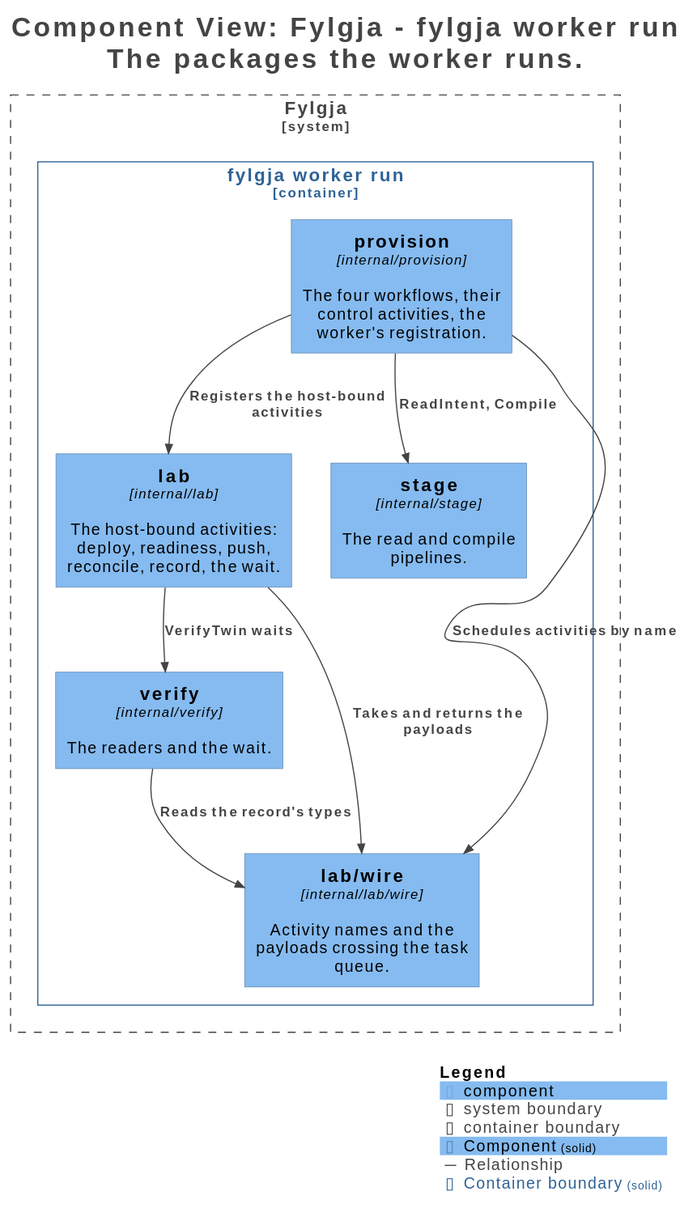
Earlier version of the PlantUML export docs/c4/structurizr-WorkerComponents.svg (happypathnetworking/fylgja). The source it was exported from:
```plantuml
@startuml
title <size:24>Component View: Fylgja - fylgja worker run</size>\n<size:24>The packages the worker runs.</size>

set separator none
top to bottom direction

<style>
  root {
    BackgroundColor: #ffffff
    FontColor: #444444
  }
</style>

!include <C4/C4>
!include <C4/C4_Context>
!include <C4/C4_Component>

AddElementTag("Component", $bgColor="#85bbf0", $borderColor="#5d82a8", $fontColor="#000000", $sprite="", $shadowing="", $borderStyle="solid")

AddRelTag("Relationship", $textColor="#444444", $lineColor="#444444", $lineStyle = "")

AddBoundaryTag("Container", $bgColor="#ffffff", $borderColor="#2e6295", $fontColor="#2e6295", $shadowing="", $borderStyle="solid")

System_Boundary("Fylgja_boundary", "Fylgja", $tags="Software System") {
  Container_Boundary("Fylgja.fylgjaworkerrun_boundary", "fylgja worker run", $tags="Container") {
    Component(Fylgja.fylgjaworkerrun.provision, "provision", $techn="internal/provision", $descr="The four workflows, their control activities, the worker's registration.", $tags="Component", $link="")
    Component(Fylgja.fylgjaworkerrun.lab, "lab", $techn="internal/lab", $descr="The host-bound activities: deploy, readiness, push, reconcile, record, the wait.", $tags="Component", $link="")
    Component(Fylgja.fylgjaworkerrun.stage, "stage", $techn="internal/stage", $descr="The read and compile pipelines.", $tags="Component", $link="")
    Component(Fylgja.fylgjaworkerrun.verify, "verify", $techn="internal/verify", $descr="The readers and the wait.", $tags="Component", $link="")
    Component(Fylgja.fylgjaworkerrun.labwire, "lab/wire", $techn="internal/lab/wire", $descr="Activity names and the payloads crossing the task queue.", $tags="Component", $link="")
  }

}

Rel(Fylgja.fylgjaworkerrun.provision, Fylgja.fylgjaworkerrun.labwire, "Schedules activities by name", $techn="", $tags="Relationship", $link="")
Rel(Fylgja.fylgjaworkerrun.provision, Fylgja.fylgjaworkerrun.lab, "Registers the host-bound activities", $techn="", $tags="Relationship", $link="")
Rel(Fylgja.fylgjaworkerrun.provision, Fylgja.fylgjaworkerrun.stage, "ReadIntent, Compile", $techn="", $tags="Relationship", $link="")
Rel(Fylgja.fylgjaworkerrun.lab, Fylgja.fylgjaworkerrun.labwire, "Takes and returns the payloads", $techn="", $tags="Relationship", $link="")
Rel(Fylgja.fylgjaworkerrun.lab, Fylgja.fylgjaworkerrun.verify, "VerifyTwin waits", $techn="", $tags="Relationship", $link="")
Rel(Fylgja.fylgjaworkerrun.verify, Fylgja.fylgjaworkerrun.labwire, "Reads the record's types", $techn="", $tags="Relationship", $link="")

SHOW_LEGEND(true)
hide stereotypes
@enduml
```
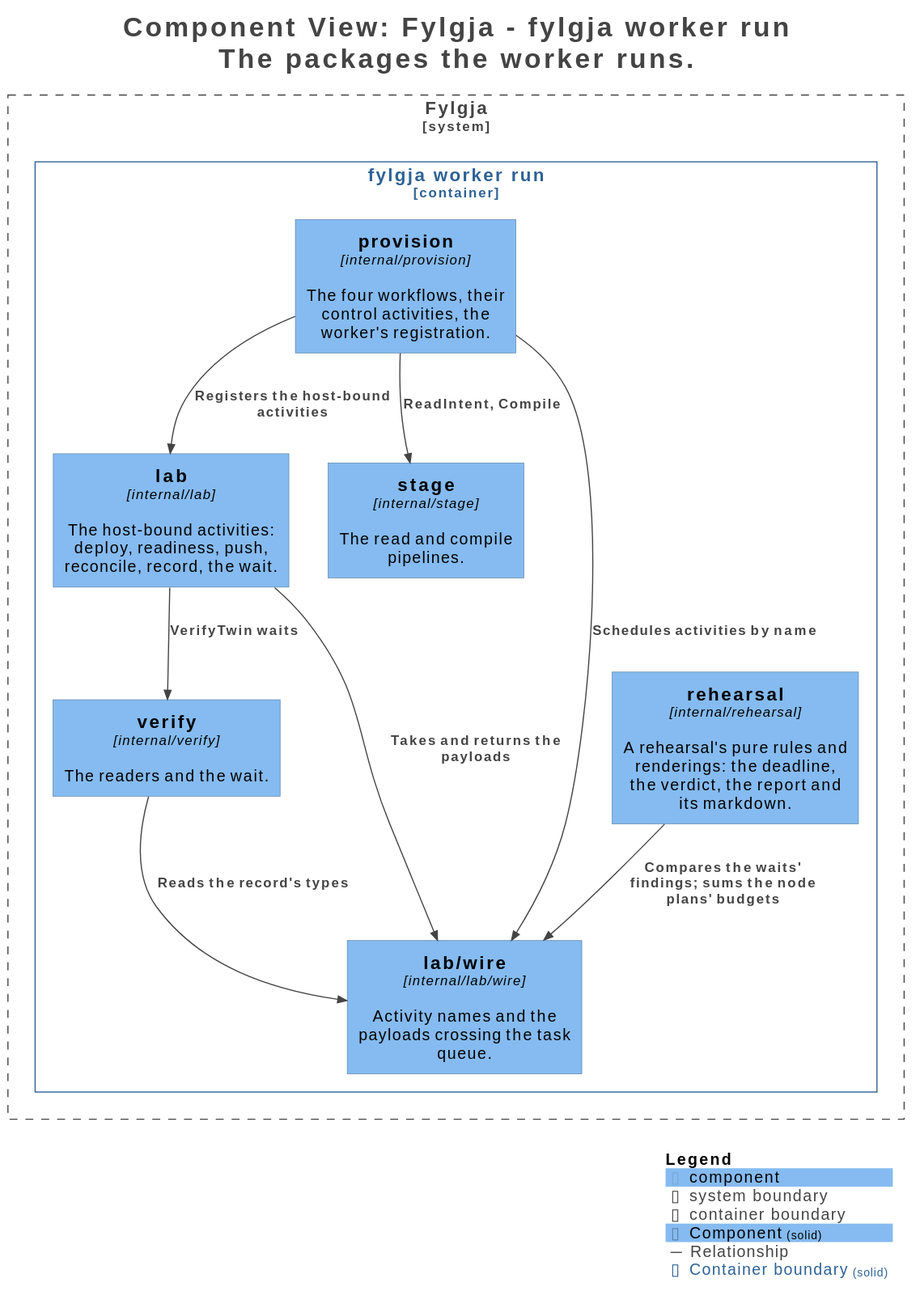
After the change.

Commit message:
docs(c4): the rehearsal's package redrawn in the server and the worker

Diff of the diagram source:
```diff
@@ -28,6 +28,7 @@
     Component(Fylgja.fylgjaworkerrun.stage, "stage", $techn="internal/stage", $descr="The read and compile pipelines.", $tags="Component", $link="")
     Component(Fylgja.fylgjaworkerrun.verify, "verify", $techn="internal/verify", $descr="The readers and the wait.", $tags="Component", $link="")
     Component(Fylgja.fylgjaworkerrun.labwire, "lab/wire", $techn="internal/lab/wire", $descr="Activity names and the payloads crossing the task queue.", $tags="Component", $link="")
+    Component(Fylgja.fylgjaworkerrun.rehearsal, "rehearsal", $techn="internal/rehearsal", $descr="A rehearsal's pure rules and renderings: the deadline, the verdict, the report and its markdown.", $tags="Component", $link="")
   }
 
 }
@@ -38,6 +39,7 @@
 Rel(Fylgja.fylgjaworkerrun.lab, Fylgja.fylgjaworkerrun.labwire, "Takes and returns the payloads", $techn="", $tags="Relationship", $link="")
 Rel(Fylgja.fylgjaworkerrun.lab, Fylgja.fylgjaworkerrun.verify, "VerifyTwin waits", $techn="", $tags="Relationship", $link="")
 Rel(Fylgja.fylgjaworkerrun.verify, Fylgja.fylgjaworkerrun.labwire, "Reads the record's types", $techn="", $tags="Relationship", $link="")
+Rel(Fylgja.fylgjaworkerrun.rehearsal, Fylgja.fylgjaworkerrun.labwire, "Compares the waits' findings; sums the node plans' budgets", $techn="", $tags="Relationship", $link="")
 
 SHOW_LEGEND(true)
 hide stereotypes
```
